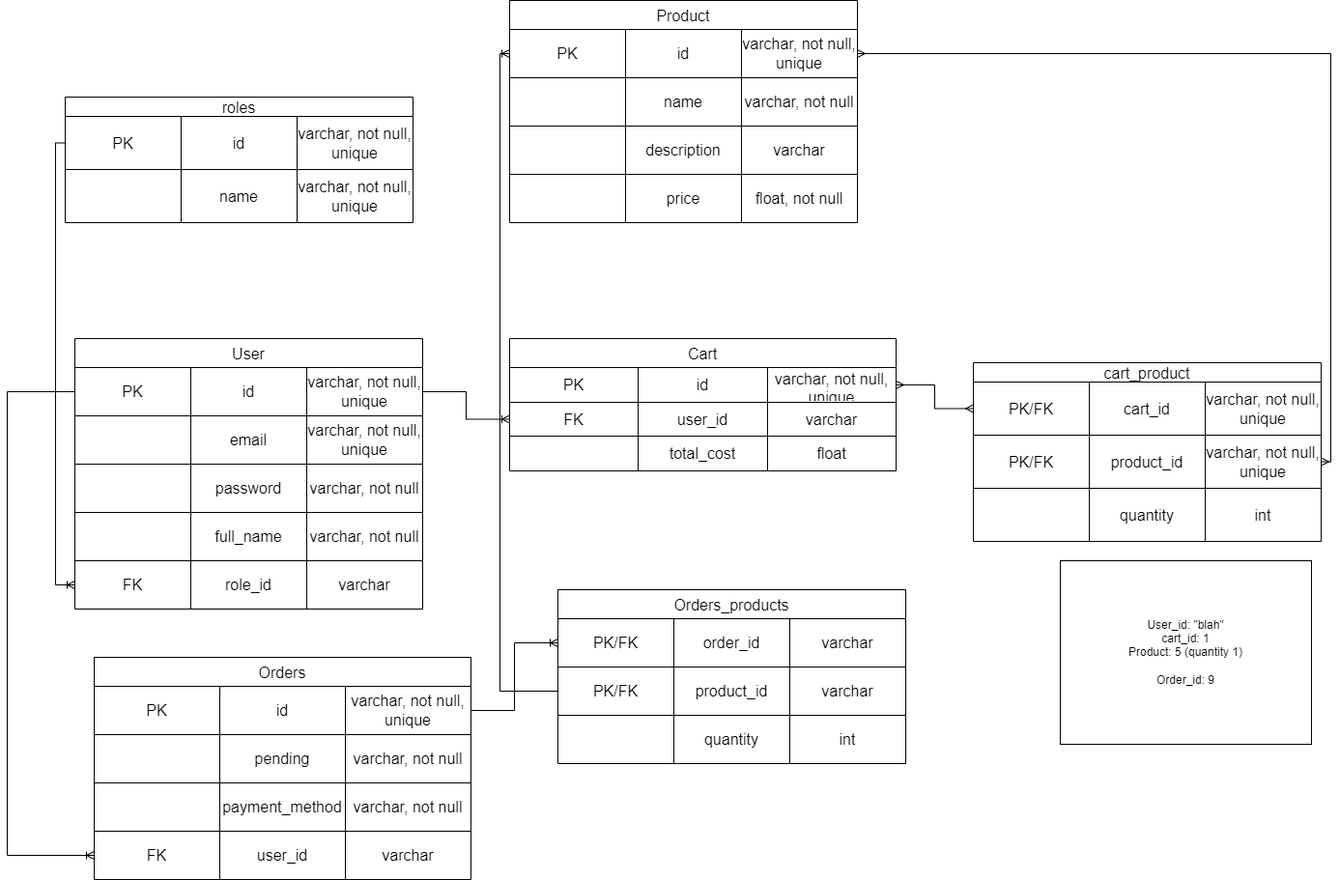
Above: src/main/resources/db/shopERD.png in 040824-JAVA-SQL-REST/shop-project-tyler (draw.io), before the change. Source tidied: cells renumbered, new cells last; positions are measured from the earlier drawing's top-left corner, leaving out a move shared by most shapes.
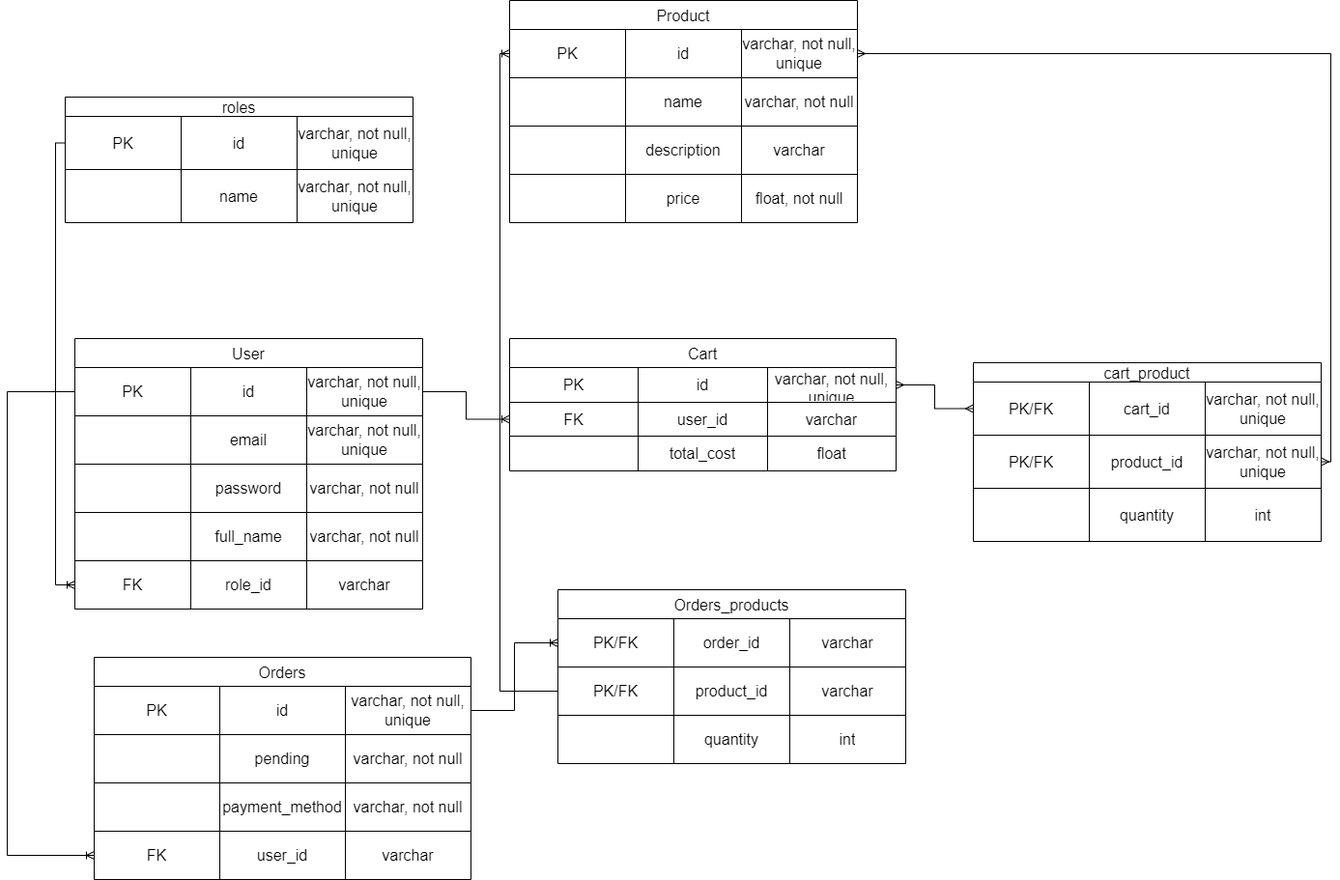
After the change.

Change to the diagram source:
```diff
@@ -340,8 +340,5 @@
     <mxCell id="112" style="edgeStyle=orthogonalEdgeStyle;fontSize=12;html=1;endArrow=ERoneToMany;rounded=0;exitX=0;exitY=0.5;exitDx=0;exitDy=0;entryX=0;entryY=0.5;entryDx=0;entryDy=0;" parent="1" edge="1" source="102" target="34">
       <mxGeometry relative="1" as="geometry" />
     </mxCell>
-    <mxCell id="113" value="User_id: &quot;blah&quot;&lt;div&gt;cart_id: 1&lt;/div&gt;&lt;div&gt;Product: 5 (quantity 1)&lt;/div&gt;&lt;div&gt;&lt;br&gt;&lt;/div&gt;&lt;div&gt;Order_id: 9&lt;/div&gt;" style="rounded=0;whiteSpace=wrap;html=1;" parent="1" vertex="1">
-      <mxGeometry x="1090" y="580" width="260" height="190" as="geometry" />
-    </mxCell>
   </root>
 </mxGraphModel>
```
